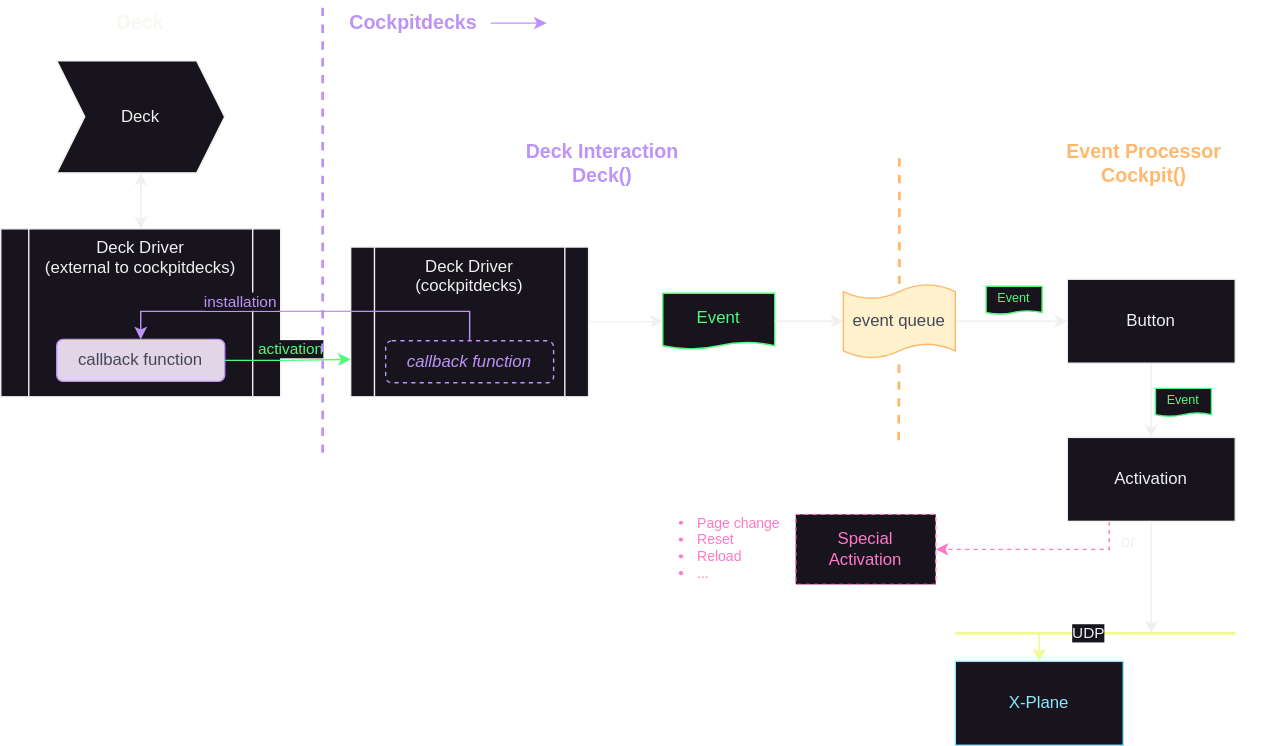
This is docs/images/activations.svg from devleaks/cockpitdecks-docs, a draw.io export, as it was before one commit. Source tidied: cells renumbered, new cells last; positions are measured from the earlier drawing's top-left corner, leaving out a move shared by most shapes.
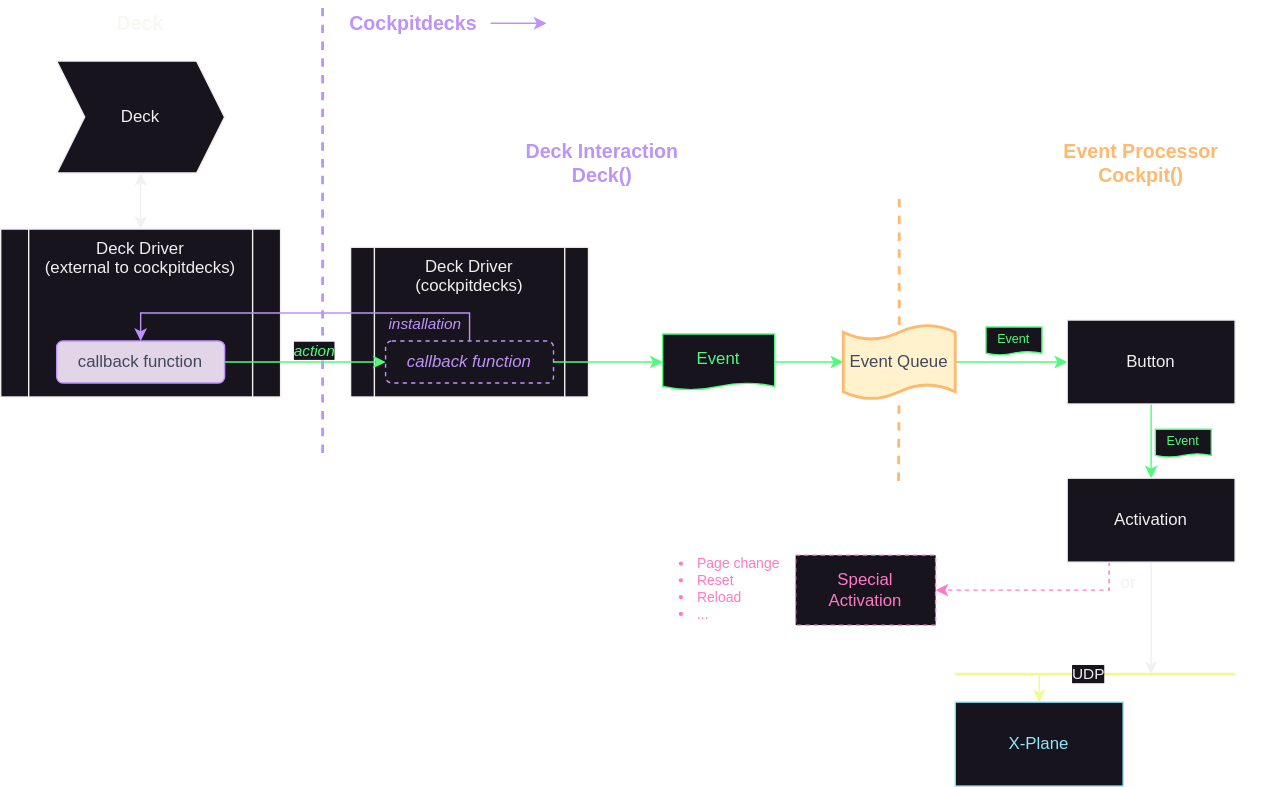
After the commit.

The edit, as a diff of the source:
```diff
@@ -11,61 +11,50 @@
       <mxGeometry relative="1" as="geometry" />
     </mxCell>
     <mxCell id="4" value="Deck" style="shape=step;perimeter=stepPerimeter;whiteSpace=wrap;html=1;fixedSize=1;" parent="1" vertex="1">
-      <mxGeometry x="40" y="42" width="120" height="80" as="geometry" />
+      <mxGeometry x="40" y="13" width="120" height="80" as="geometry" />
     </mxCell>
     <mxCell id="5" value="Deck Driver&lt;div&gt;(external to cockpitdecks)&lt;/div&gt;" style="shape=process;whiteSpace=wrap;html=1;backgroundOutline=1;verticalAlign=top;" parent="1" vertex="1">
-      <mxGeometry y="162" width="200" height="120" as="geometry" />
+      <mxGeometry y="133" width="200" height="120" as="geometry" />
     </mxCell>
-    <mxCell id="6" style="edgeStyle=orthogonalEdgeStyle;rounded=0;jettySize=auto;html=1;entryX=0;entryY=0.75;entryDx=0;entryDy=0;strokeColor=#50FA7B;" parent="1" edge="1" source="8" target="10">
-      <mxGeometry relative="1" as="geometry" />
-    </mxCell>
-    <mxCell id="7" value="activation" style="edgeLabel;html=1;align=center;verticalAlign=middle;fontColor=#50FA7B;" parent="6" vertex="1">
-      <mxGeometry x="0.1" y="3" relative="1" as="geometry">
-        <mxPoint x="-3" y="-5" as="offset" />
-      </mxGeometry>
-    </mxCell>
     <mxCell id="8" value="&lt;font color=&quot;#44475a&quot;&gt;callback function&lt;/font&gt;" style="rounded=1;whiteSpace=wrap;html=1;fillColor=#e1d5e7;strokeColor=#BD93F9;" parent="1" vertex="1">
-      <mxGeometry x="40" y="241" width="120" height="30" as="geometry" />
+      <mxGeometry x="40" y="213" width="120" height="30" as="geometry" />
     </mxCell>
-    <mxCell id="9" style="edgeStyle=orthogonalEdgeStyle;rounded=0;jettySize=auto;html=1;entryX=0;entryY=0.5;entryDx=0;entryDy=0;" parent="1" edge="1" source="10" target="12">
-      <mxGeometry relative="1" as="geometry" />
-    </mxCell>
     <mxCell id="10" value="Deck Driver&lt;div&gt;(cockpitdecks)&lt;/div&gt;" style="shape=process;whiteSpace=wrap;html=1;backgroundOutline=1;verticalAlign=top;" parent="1" vertex="1">
-      <mxGeometry x="250" y="175" width="170" height="107" as="geometry" />
+      <mxGeometry x="250" y="146" width="170" height="107" as="geometry" />
     </mxCell>
     <mxCell id="11" value="Deck Interaction&lt;div&gt;Deck()&lt;/div&gt;" style="text;html=1;align=center;verticalAlign=middle;whiteSpace=wrap;rounded=0;fontSize=14;fontStyle=1;fontColor=#BD93F9;" parent="1" vertex="1">
-      <mxGeometry x="360" y="100" width="140" height="30" as="geometry" />
+      <mxGeometry x="360" y="71" width="140" height="30" as="geometry" />
     </mxCell>
     <mxCell id="12" value="Event" style="shape=document;whiteSpace=wrap;html=1;boundedLbl=1;size=0.125;fontColor=#50FA7B;strokeColor=#50FA7B;" parent="1" vertex="1">
       <mxGeometry x="473" y="208" width="80" height="40" as="geometry" />
     </mxCell>
-    <mxCell id="13" style="edgeStyle=orthogonalEdgeStyle;rounded=0;jettySize=auto;html=1;entryX=0;entryY=0.5;entryDx=0;entryDy=0;" parent="1" edge="1" source="35" target="21">
+    <mxCell id="13" style="edgeStyle=orthogonalEdgeStyle;rounded=0;jettySize=auto;html=1;entryX=0;entryY=0.5;entryDx=0;entryDy=0;strokeColor=#50FA7B;" parent="1" edge="1" source="35" target="21">
       <mxGeometry relative="1" as="geometry" />
     </mxCell>
-    <mxCell id="14" style="edgeStyle=orthogonalEdgeStyle;rounded=0;jettySize=auto;html=1;exitX=1;exitY=0.5;exitDx=0;exitDy=0;entryX=0;entryY=0.5;entryDx=0;entryDy=0;entryPerimeter=0;" parent="1" edge="1" source="12" target="35">
+    <mxCell id="14" style="edgeStyle=orthogonalEdgeStyle;rounded=0;jettySize=auto;html=1;exitX=1;exitY=0.5;exitDx=0;exitDy=0;entryX=0;entryY=0.5;entryDx=0;entryDy=0;entryPerimeter=0;strokeColor=#50FA7B;" parent="1" edge="1" source="12" target="35">
       <mxGeometry relative="1" as="geometry" />
     </mxCell>
     <mxCell id="15" value="Event Processor&lt;div&gt;Cockpit()&lt;/div&gt;" style="text;html=1;align=center;verticalAlign=middle;whiteSpace=wrap;rounded=0;fontSize=14;fontStyle=1;fontColor=#FFB86C;" parent="1" vertex="1">
-      <mxGeometry x="732" y="100" width="170" height="30" as="geometry" />
+      <mxGeometry x="730" y="71" width="170" height="30" as="geometry" />
     </mxCell>
     <mxCell id="16" style="endArrow=none;html=1;rounded=0;strokeWidth=2;strokeColor=#BD93F9;dashed=1;" parent="1" edge="1">
       <mxGeometry relative="1" as="geometry">
-        <mxPoint x="230" y="322" as="sourcePoint" />
-        <mxPoint x="230" as="targetPoint" />
+        <mxPoint x="230" y="293" as="sourcePoint" />
+        <mxPoint x="230" y="-29" as="targetPoint" />
       </mxGeometry>
     </mxCell>
     <mxCell id="17" style="edgeStyle=orthogonalEdgeStyle;rounded=0;jettySize=auto;html=1;fontColor=#BD93F9;strokeColor=#BD93F9;" parent="1" edge="1" source="18">
       <mxGeometry relative="1" as="geometry">
-        <mxPoint x="390" y="15" as="targetPoint" />
+        <mxPoint x="390" y="-14" as="targetPoint" />
       </mxGeometry>
     </mxCell>
     <mxCell id="18" value="Cockpitdecks" style="text;html=1;align=center;verticalAlign=middle;whiteSpace=wrap;rounded=0;fontSize=14;fontStyle=1;fontColor=#BD93F9;" parent="1" vertex="1">
-      <mxGeometry x="240" width="110" height="30" as="geometry" />
+      <mxGeometry x="240" y="-29" width="110" height="30" as="geometry" />
     </mxCell>
     <mxCell id="19" value="Deck" style="text;html=1;align=center;verticalAlign=middle;whiteSpace=wrap;rounded=0;fontSize=14;fontStyle=1;fontColor=#F8F8F2;" parent="1" vertex="1">
-      <mxGeometry x="66" width="68" height="30" as="geometry" />
+      <mxGeometry x="66" y="-29" width="68" height="30" as="geometry" />
     </mxCell>
-    <mxCell id="20" style="edgeStyle=orthogonalEdgeStyle;rounded=0;jettySize=auto;html=1;entryX=0.5;entryY=0;entryDx=0;entryDy=0;" parent="1" edge="1" source="21" target="25">
+    <mxCell id="20" style="edgeStyle=orthogonalEdgeStyle;rounded=0;jettySize=auto;html=1;entryX=0.5;entryY=0;entryDx=0;entryDy=0;strokeColor=#50FA7B;" parent="1" edge="1" source="21" target="25">
       <mxGeometry relative="1" as="geometry" />
     </mxCell>
     <mxCell id="21" value="Button" style="rounded=0;whiteSpace=wrap;html=1;" parent="1" vertex="1">
@@ -121,19 +110,30 @@
         <mxPoint x="641.5" y="313" as="sourcePoint" />
       </mxGeometry>
     </mxCell>
-    <mxCell id="35" value="event queue" style="shape=tape;whiteSpace=wrap;html=1;size=0.2;fillColor=#fff2cc;strokeColor=#FFB86C;fontColor=#44475A;" parent="1" vertex="1">
+    <mxCell id="35" value="Event Queue" style="shape=tape;whiteSpace=wrap;html=1;size=0.2;fillColor=#fff2cc;strokeColor=#FFB86C;fontColor=#44475A;strokeWidth=2;" parent="1" vertex="1">
       <mxGeometry x="602" y="201.5" width="80" height="53" as="geometry" />
     </mxCell>
     <mxCell id="36" value="&lt;font&gt;callback function&lt;/font&gt;" style="rounded=1;whiteSpace=wrap;html=1;fillColor=none;strokeColor=#BD93F9;fontColor=#BD93F9;dashed=1;fontStyle=2;" parent="1" vertex="1">
-      <mxGeometry x="275" y="242" width="120" height="30" as="geometry" />
+      <mxGeometry x="275" y="213" width="120" height="30" as="geometry" />
     </mxCell>
     <mxCell id="37" style="edgeStyle=orthogonalEdgeStyle;rounded=0;jettySize=auto;html=1;exitX=0.5;exitY=0;exitDx=0;exitDy=0;entryX=0.5;entryY=0;entryDx=0;entryDy=0;strokeColor=#BD93F9;" parent="1" edge="1" source="36" target="8">
       <mxGeometry relative="1" as="geometry" />
     </mxCell>
-    <mxCell id="38" value="installation" style="edgeLabel;html=1;align=center;verticalAlign=middle;fontColor=#BD93F9;" parent="37" vertex="1">
+    <mxCell id="38" value="installation" style="edgeLabel;html=1;align=center;verticalAlign=middle;fontColor=#BD93F9;fontStyle=2;" parent="37" vertex="1">
       <mxGeometry x="0.35" y="-4" relative="1" as="geometry">
-        <mxPoint y="-4" as="offset" />
+        <mxPoint x="133" y="11" as="offset" />
       </mxGeometry>
     </mxCell>
+    <mxCell id="9" style="edgeStyle=orthogonalEdgeStyle;rounded=0;jettySize=auto;html=1;entryX=0;entryY=0.5;entryDx=0;entryDy=0;exitX=1;exitY=0.5;exitDx=0;exitDy=0;strokeColor=#50FA7B;" parent="1" edge="1" source="36" target="12">
+      <mxGeometry relative="1" as="geometry" />
+    </mxCell>
+    <mxCell id="6" style="edgeStyle=orthogonalEdgeStyle;rounded=0;jettySize=auto;html=1;strokeColor=#50FA7B;entryX=0;entryY=0.5;entryDx=0;entryDy=0;" parent="1" edge="1" source="8" target="36">
+      <mxGeometry relative="1" as="geometry" />
+    </mxCell>
+    <mxCell id="7" value="action" style="edgeLabel;html=1;align=center;verticalAlign=middle;fontColor=#50FA7B;fontStyle=2;" parent="6" vertex="1">
+      <mxGeometry x="0.1" y="3" relative="1" as="geometry">
+        <mxPoint x="-1" y="-6" as="offset" />
+      </mxGeometry>
+    </mxCell>
   </root>
 </mxGraphModel>
```
